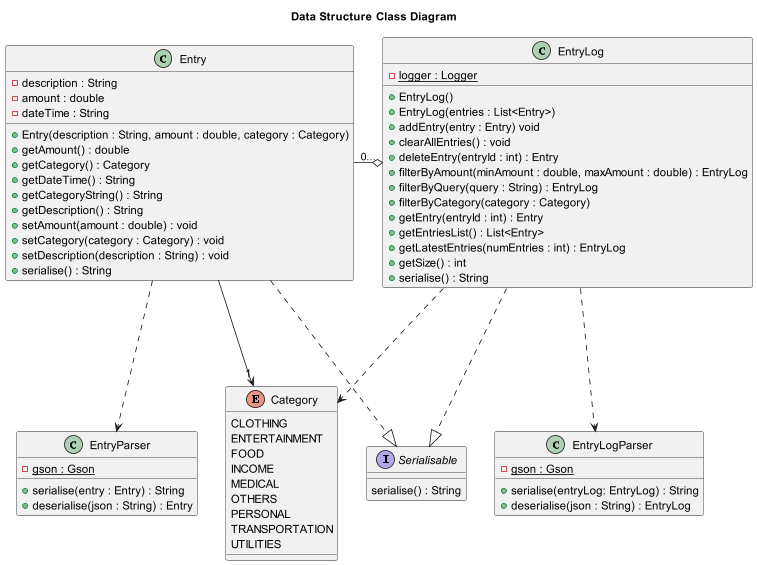
This is docs/static/data/DataStructureClassDiagram.png from nus-cs2113-AY2223S2/tp, a PlantUML export, as it was before one commit.
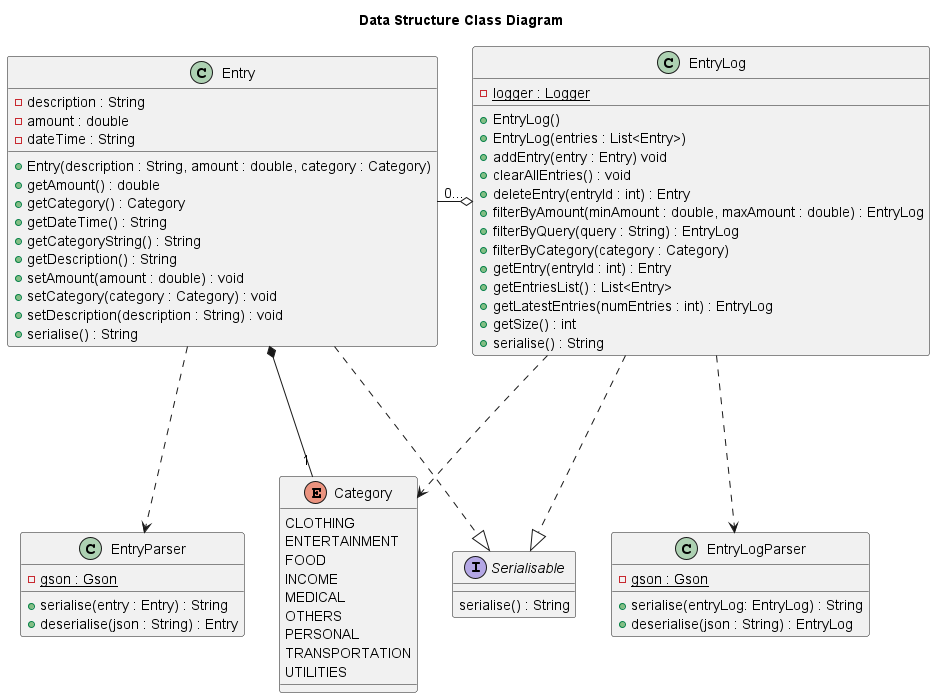
After the commit.

Commit message:
docs: update entry class diagram association

The edit, as a diff of the source:
```diff
@@ -9,7 +9,7 @@
 interface Serialisable
 
 Entry ...|> Serialisable
-Entry ---> "1" Category
+Entry *--- "1" Category
 Entry "0..." -o EntryLog
 Entry ...> EntryParser
 EntryLog ...|> Serialisable
```
